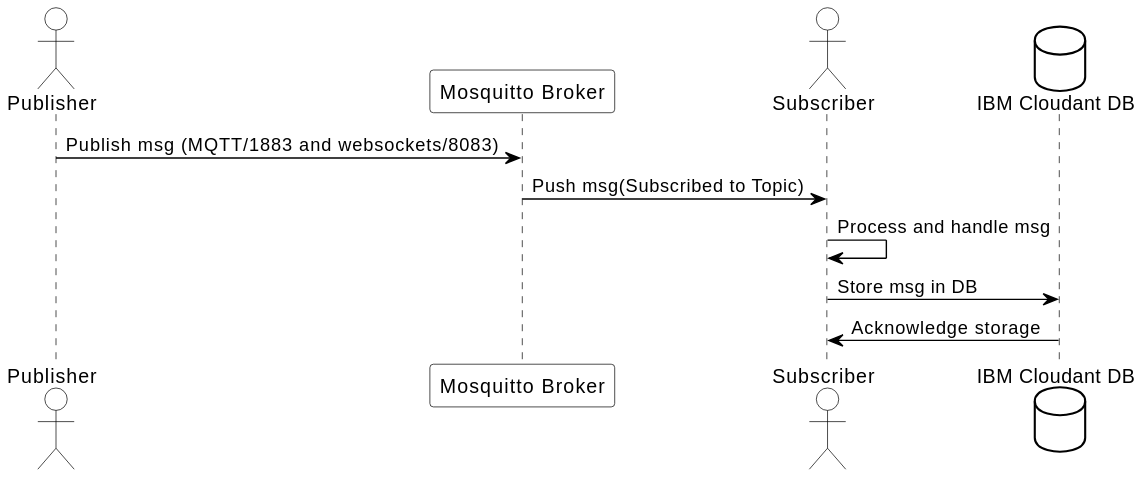
Above: docs/sequence-diagram_dark.svg in RapTho/mqtt-demo (PlantUML), before the change.
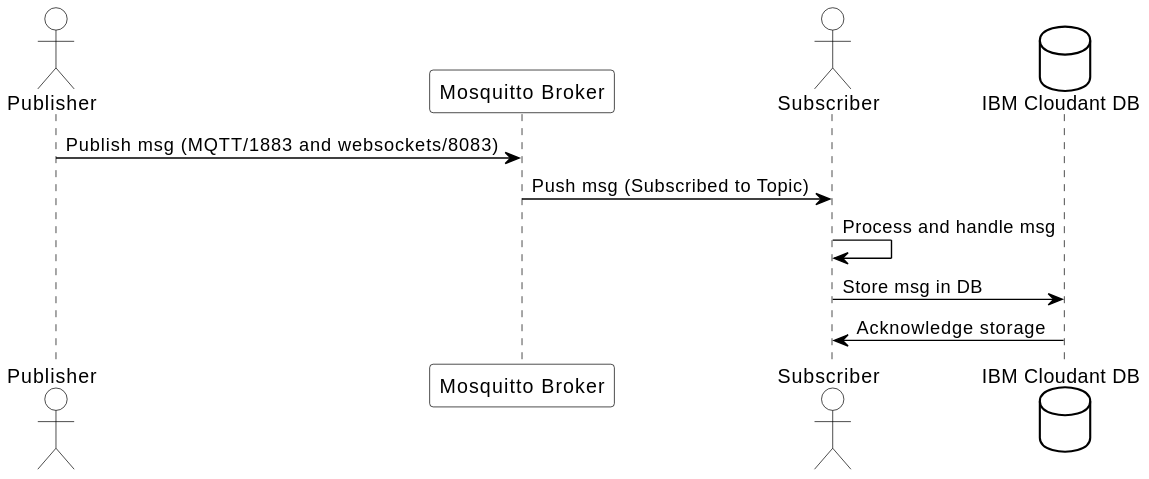
The same file after the commit.

Diff of the diagram source:
```diff
@@ -22,7 +22,7 @@
 database "IBM Cloudant DB" as Cloudant
 
 Publisher -> Broker: Publish msg (MQTT/1883 and websockets/8083)
-Broker -> Subscriber: Push msg(Subscribed to Topic)
+Broker -> Subscriber: Push msg (Subscribed to Topic)
 Subscriber -> Subscriber: Process and handle msg
 Subscriber -> Cloudant: Store msg in DB
 Cloudant -> Subscriber: Acknowledge storage
```
